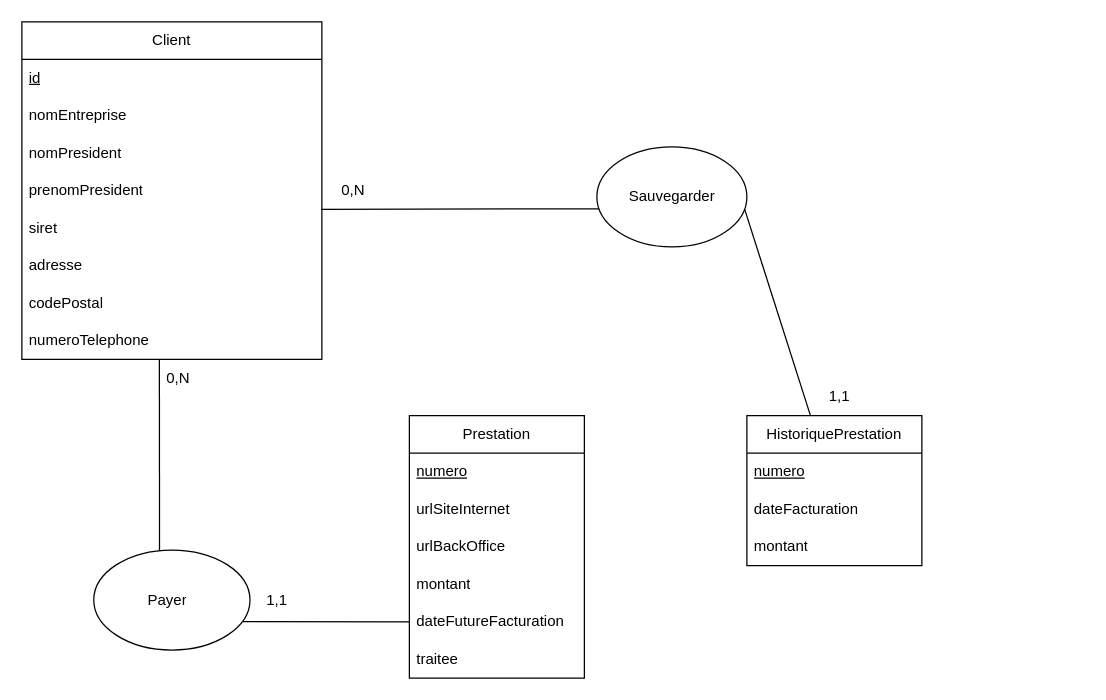
The draw.io diagram Diagramme sans nom.drawio in Yvan-Quilliard/DataBaseCreator, before the edit. Source tidied: cells renumbered, new cells numbered last; positions are measured from the earlier drawing's top-left corner, leaving out a move shared by most shapes. Both pictures are drawn from the tidied source at 125%, with x=0, y=0 at pixel (21, 21).
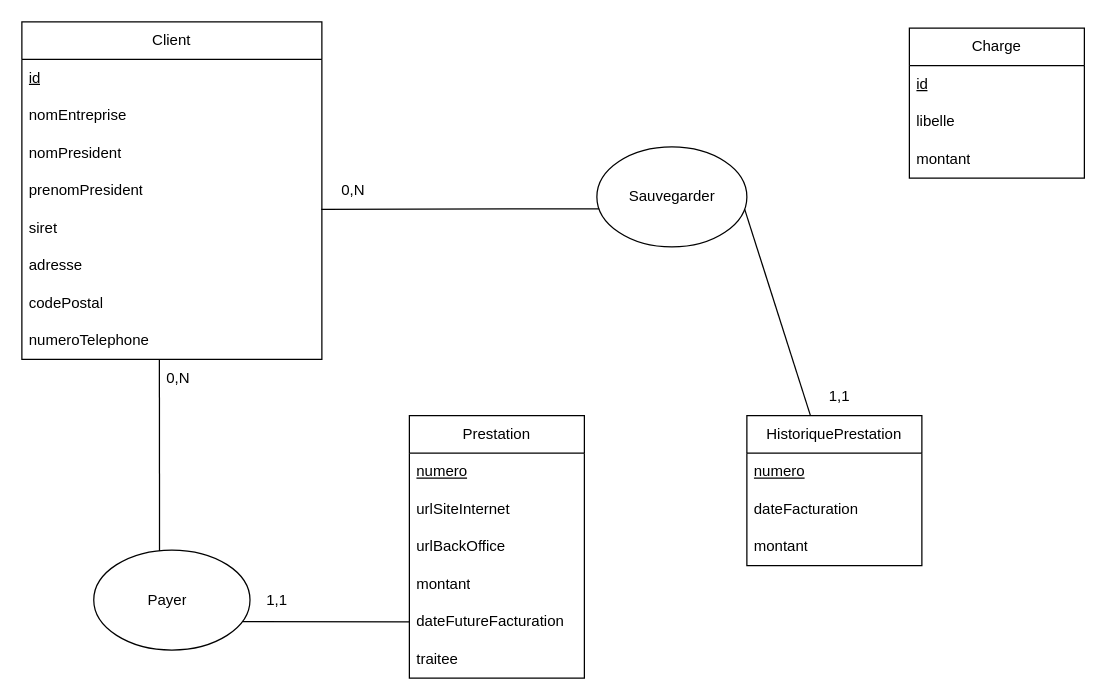
Above is the later version.

Diff of the diagram source:
```diff
@@
+    <mxCell id="34" value="Charge" style="swimlane;fontStyle=0;horizontal=1;startSize=30;whiteSpace=wrap;html=1;" parent="1" vertex="1">
+      <mxGeometry x="710" y="5" width="140" height="120" as="geometry" />
+    </mxCell>
+    <mxCell id="35" value="&lt;u&gt;id&lt;/u&gt;" style="text;strokeColor=none;fillColor=none;align=left;verticalAlign=middle;spacingLeft=4;spacingRight=4;overflow=hidden;whiteSpace=wrap;html=1;" parent="34" vertex="1">
+      <mxGeometry y="30" width="140" height="30" as="geometry" />
+    </mxCell>
+    <mxCell id="36" value="libelle" style="text;strokeColor=none;fillColor=none;align=left;verticalAlign=middle;spacingLeft=4;spacingRight=4;overflow=hidden;whiteSpace=wrap;html=1;" parent="34" vertex="1">
+      <mxGeometry y="60" width="140" height="30" as="geometry" />
+    </mxCell>
+    <mxCell id="37" value="montant" style="text;strokeColor=none;fillColor=none;align=left;verticalAlign=middle;spacingLeft=4;spacingRight=4;overflow=hidden;whiteSpace=wrap;html=1;" parent="34" vertex="1">
+      <mxGeometry y="90" width="140" height="30" as="geometry" />
+    </mxCell>
```
